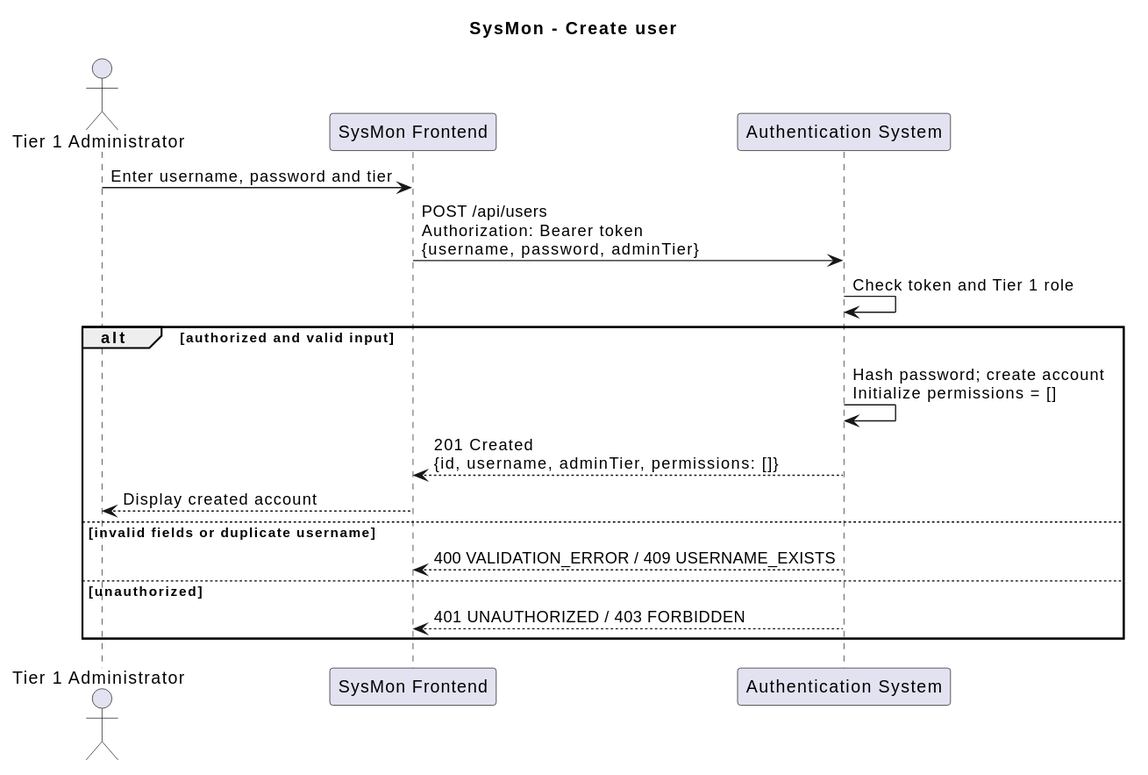
Before: Task3/sequence_diagrams/02_create_user.svg, a diagram exported from PlantUML (hriday111/SysMon). Its diagram source:
```plantuml
@startuml
 title SysMon - Create user
 actor "Tier 1 Administrator" as A
 participant "SysMon Frontend" as FE
 participant "Authentication System" as AUTH
 A -> FE: Enter username, password and tier
 FE -> AUTH: POST /api/users\nAuthorization: Bearer token\n{username, password, adminTier}
 AUTH -> AUTH: Check token and Tier 1 role
 alt authorized and valid input
   AUTH -> AUTH: Hash password; create account\nInitialize permissions = []
   AUTH --> FE: 201 Created\n{id, username, adminTier, permissions: []}
   FE --> A: Display created account
 else invalid fields or duplicate username
   AUTH --> FE: 400 VALIDATION_ERROR / 409 USERNAME_EXISTS
 else unauthorized
   AUTH --> FE: 401 UNAUTHORIZED / 403 FORBIDDEN
 end
@enduml
```
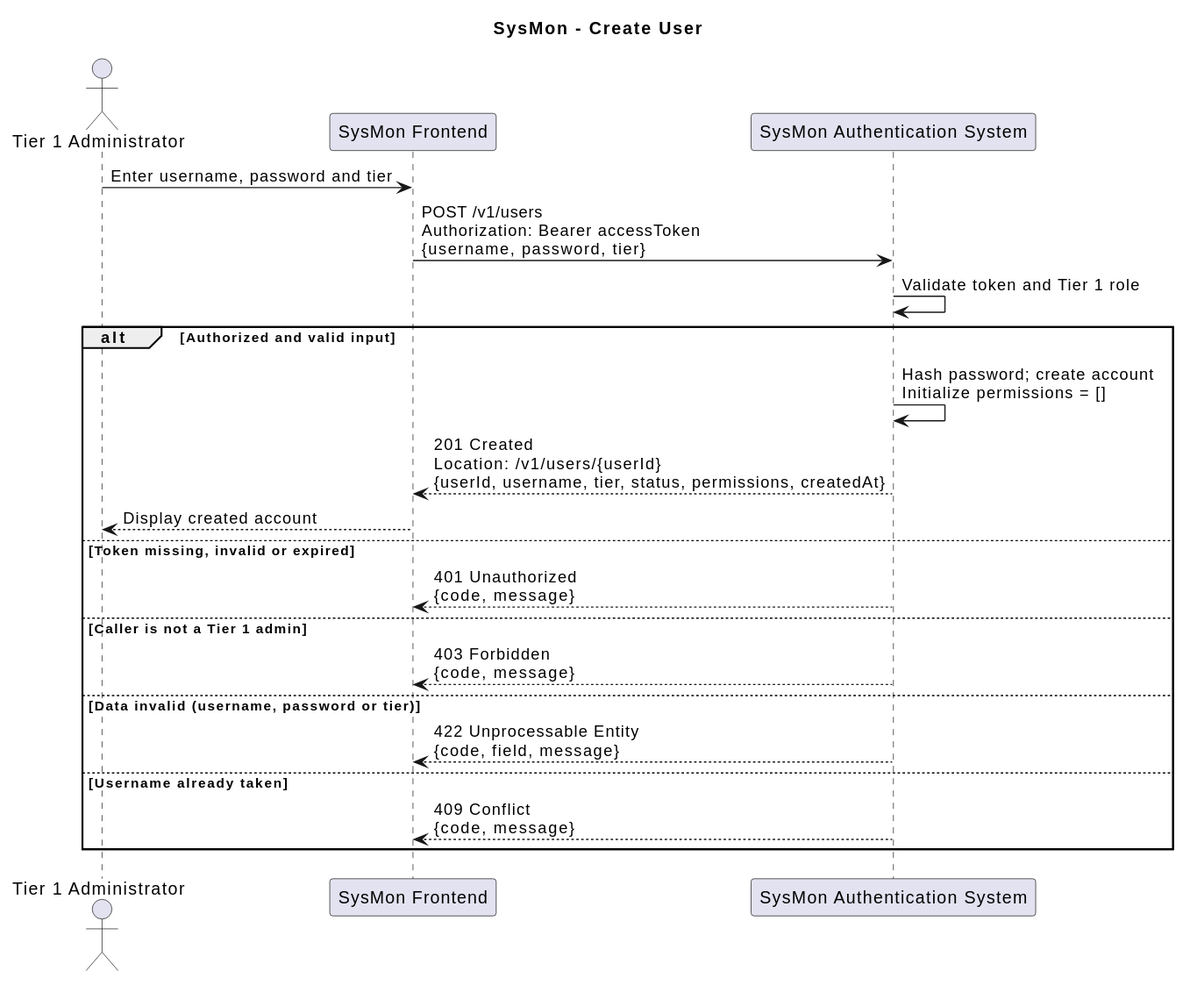
The same diagram one commit later.

The edit, as a diff of the source:
```diff
@@ -1,18 +1,25 @@
 @startuml
- title SysMon - Create user
- actor "Tier 1 Administrator" as A
- participant "SysMon Frontend" as FE
- participant "Authentication System" as AUTH
- A -> FE: Enter username, password and tier
- FE -> AUTH: POST /api/users\nAuthorization: Bearer token\n{username, password, adminTier}
- AUTH -> AUTH: Check token and Tier 1 role
- alt authorized and valid input
-   AUTH -> AUTH: Hash password; create account\nInitialize permissions = []
-   AUTH --> FE: 201 Created\n{id, username, adminTier, permissions: []}
-   FE --> A: Display created account
- else invalid fields or duplicate username
-   AUTH --> FE: 400 VALIDATION_ERROR / 409 USERNAME_EXISTS
- else unauthorized
-   AUTH --> FE: 401 UNAUTHORIZED / 403 FORBIDDEN
- end
+title SysMon - Create User
+
+actor "Tier 1 Administrator" as A
+participant "SysMon Frontend" as FE
+participant "SysMon Authentication System" as AUTH
+
+A -> FE : Enter username, password and tier
+FE -> AUTH : POST /v1/users\nAuthorization: Bearer accessToken\n{username, password, tier}
+AUTH -> AUTH : Validate token and Tier 1 role
+
+alt Authorized and valid input
+  AUTH -> AUTH : Hash password; create account\nInitialize permissions = []
+  AUTH --> FE : 201 Created\nLocation: /v1/users/{userId}\n{userId, username, tier, status, permissions, createdAt}
+  FE --> A : Display created account
+else Token missing, invalid or expired
+  AUTH --> FE : 401 Unauthorized\n{code, message}
+else Caller is not a Tier 1 admin
+  AUTH --> FE : 403 Forbidden\n{code, message}
+else Data invalid (username, password or tier)
+  AUTH --> FE : 422 Unprocessable Entity\n{code, field, message}
+else Username already taken
+  AUTH --> FE : 409 Conflict\n{code, message}
+end
 @enduml
```
